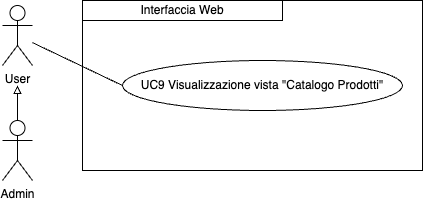
Above: imgs/Uml/UC9.png in ShameIRL/farmacode (draw.io), before the change. Source tidied: cells renumbered, new cells last; positions are measured from the earlier drawing's top-left corner, leaving out a move shared by most shapes.
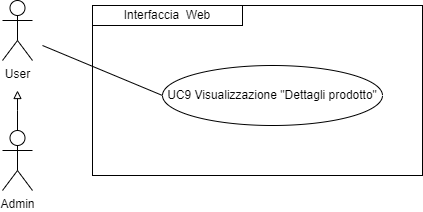
After the commit.

What changed in the source:
```diff
@@ -2,28 +2,34 @@
   <root>
     <mxCell id="0" />
     <mxCell id="1" parent="0" />
-    <mxCell id="2" value="UC9 Visualizzazione vista &quot;Catalogo Prodotti&quot;" style="ellipse;whiteSpace=wrap;html=1;" parent="1" vertex="1">
-      <mxGeometry x="120" y="60" width="280" height="50" as="geometry" />
-    </mxCell>
+    <mxCell id="9" style="edgeStyle=orthogonalEdgeStyle;rounded=0;jettySize=auto;html=1;strokeColor=#000000;endArrow=block;endFill=0;" parent="1" edge="1" source="5">
+      <mxGeometry relative="1" as="geometry">
+        <mxPoint x="175" y="255" as="targetPoint" />
+        <Array as="points">
+          <mxPoint x="175" y="275" />
+          <mxPoint x="175" y="275" />
+        </Array>
+      </mxGeometry>
+    </mxCell>
+    <mxCell id="5" value="Admin" style="shape=umlActor;verticalLabelPosition=bottom;verticalAlign=top;html=1;outlineConnect=0;" parent="1" vertex="1">
+      <mxGeometry x="160" y="295" width="30" height="60" as="geometry" />
+    </mxCell>
     <mxCell id="3" value="User" style="shape=umlActor;verticalLabelPosition=bottom;verticalAlign=top;html=1;outlineConnect=0;" parent="1" vertex="1">
-      <mxGeometry y="5" width="30" height="60" as="geometry" />
+      <mxGeometry x="160" y="165" width="30" height="60" as="geometry" />
     </mxCell>
-    <mxCell id="4" style="edgeStyle=orthogonalEdgeStyle;rounded=0;jettySize=auto;html=1;exitX=0.5;exitY=0;exitDx=0;exitDy=0;exitPerimeter=0;endArrow=block;endFill=0;" parent="1" edge="1" source="5">
-      <mxGeometry relative="1" as="geometry">
-        <mxPoint x="15" y="85" as="targetPoint" />
-      </mxGeometry>
-    </mxCell>
-    <mxCell id="5" value="Admin" style="shape=umlActor;verticalLabelPosition=bottom;verticalAlign=top;html=1;outlineConnect=0;" parent="1" vertex="1">
-      <mxGeometry y="120" width="30" height="60" as="geometry" />
-    </mxCell>
-    <mxCell id="6" style="endArrow=none;html=1;rounded=0;entryX=0;entryY=0.5;entryDx=0;entryDy=0;" parent="1" edge="1" source="3" target="2">
-      <mxGeometry relative="1" as="geometry" />
-    </mxCell>
-    <mxCell id="7" value="Interfaccia Web" style="rounded=0;whiteSpace=wrap;html=1;" parent="1" vertex="1">
-      <mxGeometry x="80" width="200" height="20" as="geometry" />
-    </mxCell>
-    <mxCell id="8" style="rounded=0;whiteSpace=wrap;html=1;fillColor=none;" parent="1" vertex="1">
-      <mxGeometry x="80" width="340" height="170" as="geometry" />
-    </mxCell>
+    <mxCell id="10" style="rounded=0;whiteSpace=wrap;html=1;fillColor=none;" parent="1" vertex="1">
+      <mxGeometry x="250" y="170" width="330" height="170" as="geometry" />
+    </mxCell>
+    <mxCell id="11" value="&lt;div style=&quot;&quot;&gt;Interfaccia&amp;nbsp; W&lt;span style=&quot;background-color: initial;&quot;&gt;eb&lt;/span&gt;&lt;/div&gt;" style="rounded=0;whiteSpace=wrap;html=1;fillColor=none;align=center;" parent="1" vertex="1">
+      <mxGeometry x="250" y="170" width="150" height="20" as="geometry" />
+    </mxCell>
+    <mxCell id="12" value="UC9 Visualizzazione &quot;Dettagli prodotto&quot;" style="ellipse;whiteSpace=wrap;html=1;" parent="1" vertex="1">
+      <mxGeometry x="320" y="230" width="220" height="60" as="geometry" />
+    </mxCell>
+    <mxCell id="13" style="endArrow=none;html=1;rounded=0;entryX=0;entryY=0.5;entryDx=0;entryDy=0;" parent="1" edge="1" target="12">
+      <mxGeometry relative="1" as="geometry">
+        <mxPoint x="200" y="210" as="sourcePoint" />
+      </mxGeometry>
+    </mxCell>
   </root>
 </mxGraphModel>
```
